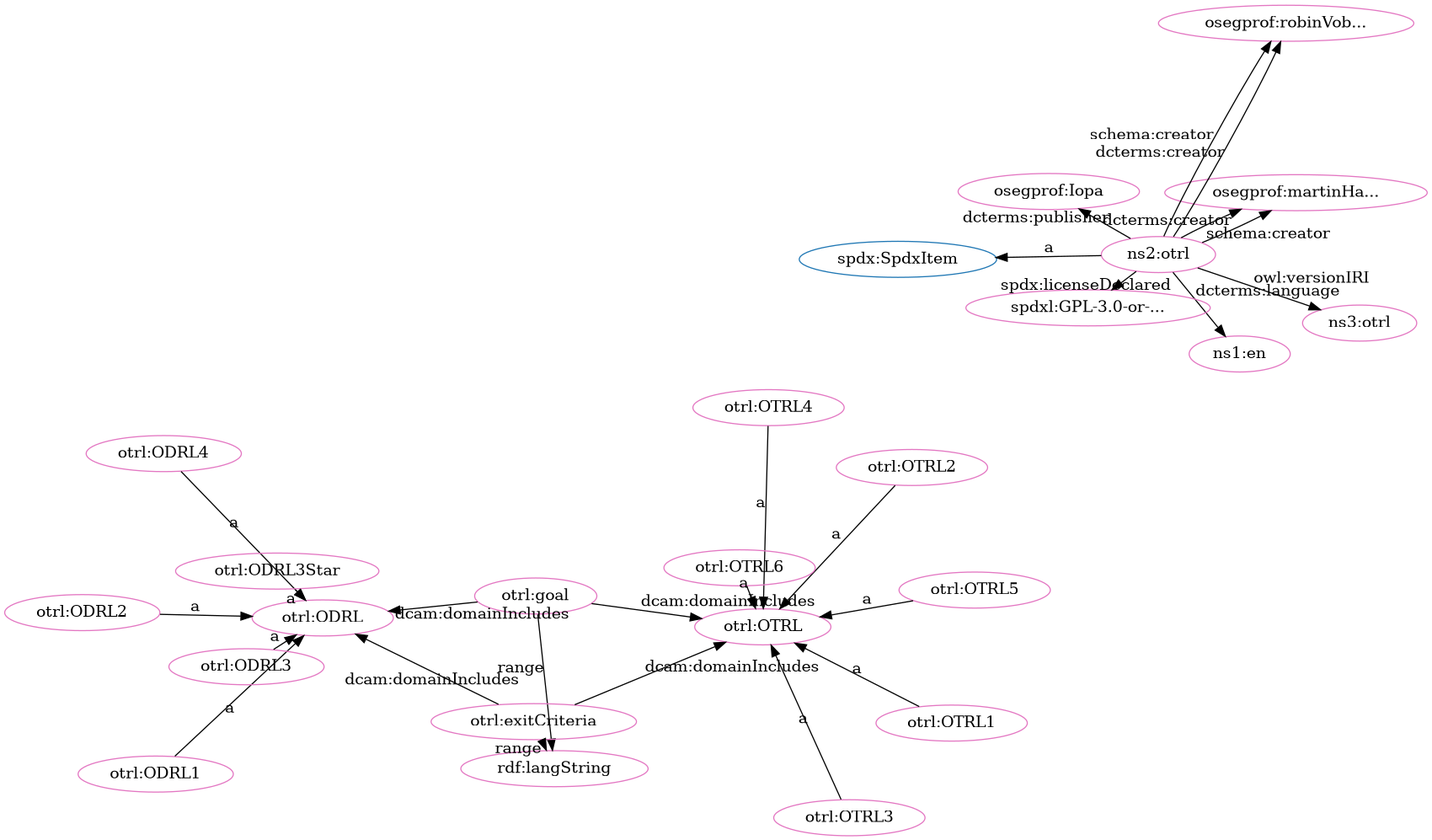
This is src/spec/fdp_otrl-clean.png from iop-alliance/OpenKnowHow, a Graphviz export, as it was before one commit. Its source is kept beside it as src/spec/fdp_otrl-clean.dot.
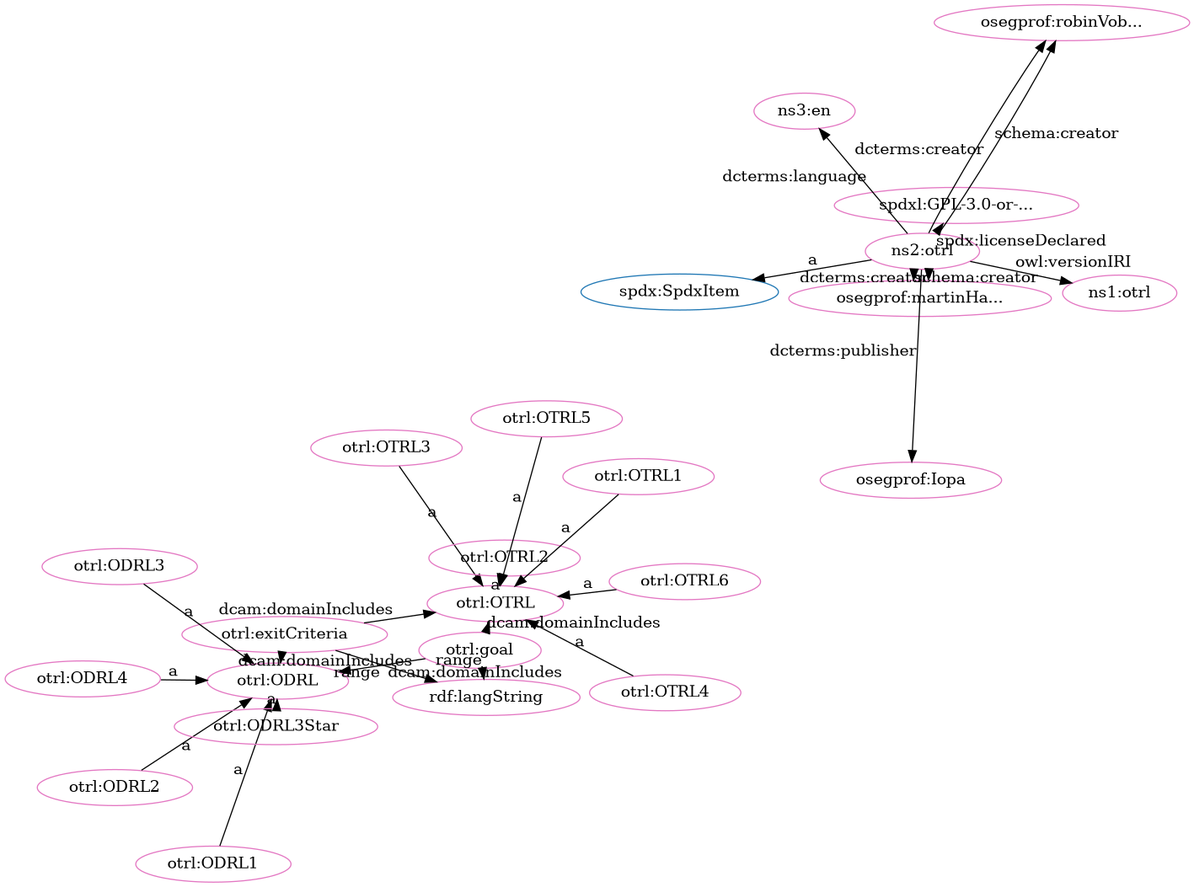
The same diagram one commit later.

The edit, as a diff of the source:
```diff
@@ -4,53 +4,53 @@
 "http://w3id.org/oseg/ont/otrl#ODRL" [fillcolor="#1f77b4" color="#1f77b4" label="otrl:ODRL"]
 "http://spdx.org/rdf/terms#SpdxItem" [fillcolor="#1f77b4" color="#1f77b4" label="spdx:SpdxItem"]
 "http://w3id.org/oseg/ont/otrl#OTRL" [fillcolor="#1f77b4" color="#1f77b4" label="otrl:OTRL"]
+"http://w3id.org/oseg/ont/oseg-profiles#robinVobruba" [fillcolor="#e377c2" color="#e377c2" label="osegprof:robinVob..."]
 "http://w3id.org/oseg/ont/otrl#ODRL1" [fillcolor="#e377c2" color="#e377c2" label="otrl:ODRL1"]
+"http://w3id.org/oseg/ont/1.1.0/otrl" [fillcolor="#e377c2" color="#e377c2" label="ns1:otrl"]
+"http://w3id.org/oseg/ont/otrl#OTRL3" [fillcolor="#e377c2" color="#e377c2" label="otrl:OTRL3"]
+"http://w3id.org/oseg/ont/otrl#ODRL" [fillcolor="#e377c2" color="#e377c2" label="otrl:ODRL"]
+"http://w3id.org/oseg/ont/otrl#OTRL2" [fillcolor="#e377c2" color="#e377c2" label="otrl:OTRL2"]
+"http://w3id.org/oseg/ont/otrl#goal" [fillcolor="#e377c2" color="#e377c2" label="otrl:goal"]
+"http://w3id.org/oseg/ont/otrl#OTRL5" [fillcolor="#e377c2" color="#e377c2" label="otrl:OTRL5"]
+"http://spdx.org/licenses/GPL-3.0-or-later" [fillcolor="#e377c2" color="#e377c2" label="spdxl:GPL-3.0-or-..."]
+"http://www.w3.org/1999/02/22-rdf-syntax-ns#langString" [fillcolor="#e377c2" color="#e377c2" label="rdf:langString"]
+"http://w3id.org/oseg/ont/otrl" [fillcolor="#e377c2" color="#e377c2" label="ns2:otrl"]
+"http://id.loc.gov/vocabulary/iso639-1/en" [fillcolor="#e377c2" color="#e377c2" label="ns3:en"]
+"http://w3id.org/oseg/ont/otrl#OTRL" [fillcolor="#e377c2" color="#e377c2" label="otrl:OTRL"]
 "http://w3id.org/oseg/ont/otrl#ODRL4" [fillcolor="#e377c2" color="#e377c2" label="otrl:ODRL4"]
-"http://w3id.org/oseg/ont/otrl#goal" [fillcolor="#e377c2" color="#e377c2" label="otrl:goal"]
 "http://w3id.org/oseg/ont/otrl#OTRL4" [fillcolor="#e377c2" color="#e377c2" label="otrl:OTRL4"]
-"http://w3id.org/oseg/ont/oseg-profiles#robinVobruba" [fillcolor="#e377c2" color="#e377c2" label="osegprof:robinVob..."]
 "http://w3id.org/oseg/ont/otrl#ODRL2" [fillcolor="#e377c2" color="#e377c2" label="otrl:ODRL2"]
-"http://id.loc.gov/vocabulary/iso639-1/en" [fillcolor="#e377c2" color="#e377c2" label="ns1:en"]
-"http://w3id.org/oseg/ont/otrl#OTRL" [fillcolor="#e377c2" color="#e377c2" label="otrl:OTRL"]
-"http://w3id.org/oseg/ont/otrl#OTRL3" [fillcolor="#e377c2" color="#e377c2" label="otrl:OTRL3"]
 "http://w3id.org/oseg/ont/otrl#exitCriteria" [fillcolor="#e377c2" color="#e377c2" label="otrl:exitCriteria"]
 "http://w3id.org/oseg/ont/oseg-profiles#martinHaeuer" [fillcolor="#e377c2" color="#e377c2" label="osegprof:martinHa..."]
-"http://w3id.org/oseg/ont/otrl#ODRL" [fillcolor="#e377c2" color="#e377c2" label="otrl:ODRL"]
+"http://w3id.org/oseg/ont/oseg-profiles#Iopa" [fillcolor="#e377c2" color="#e377c2" label="osegprof:Iopa"]
+"http://w3id.org/oseg/ont/otrl#ODRL3Star" [fillcolor="#e377c2" color="#e377c2" label="otrl:ODRL3Star"]
 "http://w3id.org/oseg/ont/otrl#OTRL1" [fillcolor="#e377c2" color="#e377c2" label="otrl:OTRL1"]
-"http://www.w3.org/1999/02/22-rdf-syntax-ns#langString" [fillcolor="#e377c2" color="#e377c2" label="rdf:langString"]
-"http://w3id.org/oseg/ont/otrl" [fillcolor="#e377c2" color="#e377c2" label="ns2:otrl"]
-"http://w3id.org/oseg/ont/oseg-profiles#Iopa" [fillcolor="#e377c2" color="#e377c2" label="osegprof:Iopa"]
-"http://w3id.org/oseg/ont/otrl#OTRL2" [fillcolor="#e377c2" color="#e377c2" label="otrl:OTRL2"]
+"http://w3id.org/oseg/ont/otrl#ODRL3" [fillcolor="#e377c2" color="#e377c2" label="otrl:ODRL3"]
 "http://w3id.org/oseg/ont/otrl#OTRL6" [fillcolor="#e377c2" color="#e377c2" label="otrl:OTRL6"]
-"http://w3id.org/oseg/ont/otrl#ODRL3Star" [fillcolor="#e377c2" color="#e377c2" label="otrl:ODRL3Star"]
-"http://w3id.org/oseg/ont/otrl#OTRL5" [fillcolor="#e377c2" color="#e377c2" label="otrl:OTRL5"]
-"http://spdx.org/licenses/GPL-3.0-or-later" [fillcolor="#e377c2" color="#e377c2" label="spdxl:GPL-3.0-or-..."]
-"http://w3id.org/oseg/ont/1.1.0/otrl" [fillcolor="#e377c2" color="#e377c2" label="ns3:otrl"]
-"http://w3id.org/oseg/ont/otrl#ODRL3" [fillcolor="#e377c2" color="#e377c2" label="otrl:ODRL3"]
+  "http://w3id.org/oseg/ont/otrl" -> "http://w3id.org/oseg/ont/oseg-profiles#robinVobruba" [label="dcterms:creator"]
   "http://w3id.org/oseg/ont/otrl#ODRL1" -> "http://w3id.org/oseg/ont/otrl#ODRL" [label="a"]
+  "http://w3id.org/oseg/ont/otrl#OTRL5" -> "http://w3id.org/oseg/ont/otrl#OTRL" [label="a"]
+  "http://w3id.org/oseg/ont/otrl" -> "http://spdx.org/licenses/GPL-3.0-or-later" [label="spdx:licenseDeclared"]
+  "http://w3id.org/oseg/ont/otrl#ODRL4" -> "http://w3id.org/oseg/ont/otrl#ODRL" [label="a"]
   "http://w3id.org/oseg/ont/otrl#OTRL4" -> "http://w3id.org/oseg/ont/otrl#OTRL" [label="a"]
   "http://w3id.org/oseg/ont/otrl" -> "http://w3id.org/oseg/ont/oseg-profiles#robinVobruba" [label="schema:creator"]
+  "http://w3id.org/oseg/ont/otrl#ODRL3Star" -> "http://w3id.org/oseg/ont/otrl#ODRL" [label="a"]
+  "http://w3id.org/oseg/ont/otrl#exitCriteria" -> "http://w3id.org/oseg/ont/otrl#OTRL" [label="dcam:domainIncludes"]
+  "http://w3id.org/oseg/ont/otrl" -> "http://w3id.org/oseg/ont/oseg-profiles#martinHaeuer" [label="dcterms:creator"]
+  "http://w3id.org/oseg/ont/otrl" -> "http://w3id.org/oseg/ont/1.1.0/otrl" [label="owl:versionIRI"]
   "http://w3id.org/oseg/ont/otrl#OTRL3" -> "http://w3id.org/oseg/ont/otrl#OTRL" [label="a"]
-  "http://w3id.org/oseg/ont/otrl" -> "http://w3id.org/oseg/ont/oseg-profiles#martinHaeuer" [label="schema:creator"]
-  "http://w3id.org/oseg/ont/otrl#OTRL1" -> "http://w3id.org/oseg/ont/otrl#OTRL" [label="a"]
-  "http://w3id.org/oseg/ont/otrl#goal" -> "http://www.w3.org/1999/02/22-rdf-syntax-ns#langString" [label="range"]
+  "http://w3id.org/oseg/ont/otrl#exitCriteria" -> "http://w3id.org/oseg/ont/otrl#ODRL" [label="dcam:domainIncludes"]
+  "http://w3id.org/oseg/ont/otrl#OTRL2" -> "http://w3id.org/oseg/ont/otrl#OTRL" [label="a"]
+  "http://w3id.org/oseg/ont/otrl#exitCriteria" -> "http://www.w3.org/1999/02/22-rdf-syntax-ns#langString" [label="range"]
+  "http://w3id.org/oseg/ont/otrl" -> "http://id.loc.gov/vocabulary/iso639-1/en" [label="dcterms:language"]
   "http://w3id.org/oseg/ont/otrl" -> "http://spdx.org/rdf/terms#SpdxItem" [label="a"]
   "http://w3id.org/oseg/ont/otrl#goal" -> "http://w3id.org/oseg/ont/otrl#OTRL" [label="dcam:domainIncludes"]
-  "http://w3id.org/oseg/ont/otrl#OTRL2" -> "http://w3id.org/oseg/ont/otrl#OTRL" [label="a"]
+  "http://w3id.org/oseg/ont/otrl#ODRL2" -> "http://w3id.org/oseg/ont/otrl#ODRL" [label="a"]
   "http://w3id.org/oseg/ont/otrl#goal" -> "http://w3id.org/oseg/ont/otrl#ODRL" [label="dcam:domainIncludes"]
-  "http://w3id.org/oseg/ont/otrl#ODRL3Star" -> "http://w3id.org/oseg/ont/otrl#ODRL" [label="a"]
-  "http://w3id.org/oseg/ont/otrl#OTRL5" -> "http://w3id.org/oseg/ont/otrl#OTRL" [label="a"]
-  "http://w3id.org/oseg/ont/otrl" -> "http://spdx.org/licenses/GPL-3.0-or-later" [label="spdx:licenseDeclared"]
-  "http://w3id.org/oseg/ont/otrl" -> "http://w3id.org/oseg/ont/1.1.0/otrl" [label="owl:versionIRI"]
-  "http://w3id.org/oseg/ont/otrl#ODRL4" -> "http://w3id.org/oseg/ont/otrl#ODRL" [label="a"]
-  "http://w3id.org/oseg/ont/otrl#ODRL2" -> "http://w3id.org/oseg/ont/otrl#ODRL" [label="a"]
-  "http://w3id.org/oseg/ont/otrl" -> "http://id.loc.gov/vocabulary/iso639-1/en" [label="dcterms:language"]
-  "http://w3id.org/oseg/ont/otrl#exitCriteria" -> "http://w3id.org/oseg/ont/otrl#OTRL" [label="dcam:domainIncludes"]
-  "http://w3id.org/oseg/ont/otrl#exitCriteria" -> "http://w3id.org/oseg/ont/otrl#ODRL" [label="dcam:domainIncludes"]
+  "http://w3id.org/oseg/ont/otrl" -> "http://w3id.org/oseg/ont/oseg-profiles#martinHaeuer" [label="schema:creator"]
   "http://w3id.org/oseg/ont/otrl" -> "http://w3id.org/oseg/ont/oseg-profiles#Iopa" [label="dcterms:publisher"]
-  "http://w3id.org/oseg/ont/otrl" -> "http://w3id.org/oseg/ont/oseg-profiles#robinVobruba" [label="dcterms:creator"]
+  "http://w3id.org/oseg/ont/otrl#goal" -> "http://www.w3.org/1999/02/22-rdf-syntax-ns#langString" [label="range"]
+  "http://w3id.org/oseg/ont/otrl#OTRL1" -> "http://w3id.org/oseg/ont/otrl#OTRL" [label="a"]
+  "http://w3id.org/oseg/ont/otrl#ODRL3" -> "http://w3id.org/oseg/ont/otrl#ODRL" [label="a"]
   "http://w3id.org/oseg/ont/otrl#OTRL6" -> "http://w3id.org/oseg/ont/otrl#OTRL" [label="a"]
-  "http://w3id.org/oseg/ont/otrl" -> "http://w3id.org/oseg/ont/oseg-profiles#martinHaeuer" [label="dcterms:creator"]
-  "http://w3id.org/oseg/ont/otrl#exitCriteria" -> "http://www.w3.org/1999/02/22-rdf-syntax-ns#langString" [label="range"]
-  "http://w3id.org/oseg/ont/otrl#ODRL3" -> "http://w3id.org/oseg/ont/otrl#ODRL" [label="a"]
 }
```
